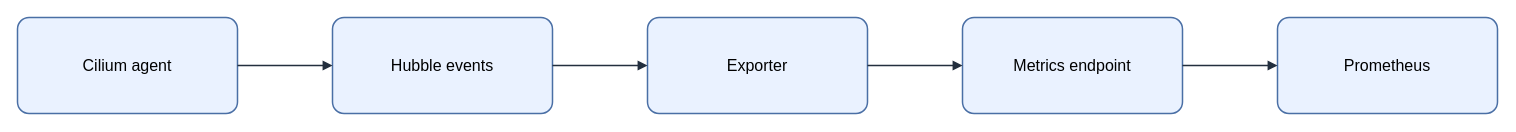
KKamJi98/kkamji98.github.io keeps this draw.io diagram as assets/img/kubernetes/hubble-exporter-flow.drawio. Above is the earlier version. Source tidied: cells renumbered, new cells numbered last; positions are measured from the earlier drawing's top-left corner, leaving out a move shared by most shapes. Both pictures are drawn from the tidied source at 100%, with x=0, y=0 at pixel (17, 17).
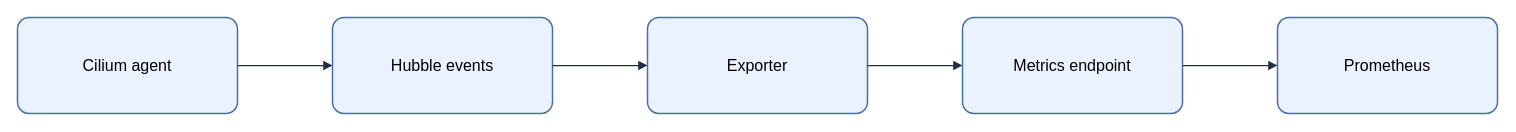
After the change.

Diff of the diagram source:
```diff
@@
 <mxGraphModel background="#FFFFFF">
   <root>
     <mxCell id="0" />
     <mxCell id="1" parent="0" />
-    <mxCell id="2" value="&lt;font style=&quot;color: rgb(0, 0, 0);&quot;&gt;Cilium agent&lt;/font&gt;" style="rounded=1;arcSize=12;whiteSpace=wrap;html=1;fillColor=#EAF2FF;strokeColor=#4A6FA5;strokeWidth=1.5;fontColor=#000000;fontSize=16;align=center;verticalAlign=middle;spacing=8;shadow=0;" parent="1" vertex="1">
+    <mxCell id="2" value="Cilium agent" style="rounded=1;arcSize=12;whiteSpace=wrap;html=0;fillColor=#EAF2FF;strokeColor=#4A6FA5;strokeWidth=1.5;fontColor=#000000;fontSize=16;align=center;verticalAlign=middle;spacing=8;shadow=0;" parent="1" vertex="1">
       <mxGeometry width="220" height="96" as="geometry" />
     </mxCell>
-    <mxCell id="3" value="&lt;font style=&quot;color: rgb(0, 0, 0);&quot;&gt;Hubble events&lt;/font&gt;" style="rounded=1;arcSize=12;whiteSpace=wrap;html=1;fillColor=#EAF2FF;strokeColor=#4A6FA5;strokeWidth=1.5;fontColor=#000000;fontSize=16;align=center;verticalAlign=middle;spacing=8;shadow=0;" parent="1" vertex="1">
+    <mxCell id="3" value="Hubble events" style="rounded=1;arcSize=12;whiteSpace=wrap;html=0;fillColor=#EAF2FF;strokeColor=#4A6FA5;strokeWidth=1.5;fontColor=#000000;fontSize=16;align=center;verticalAlign=middle;spacing=8;shadow=0;" parent="1" vertex="1">
       <mxGeometry x="315" width="220" height="96" as="geometry" />
     </mxCell>
-    <mxCell id="4" value="&lt;font style=&quot;color: rgb(0, 0, 0);&quot;&gt;Exporter&lt;/font&gt;" style="rounded=1;arcSize=12;whiteSpace=wrap;html=1;fillColor=#EAF2FF;strokeColor=#4A6FA5;strokeWidth=1.5;fontColor=#000000;fontSize=16;align=center;verticalAlign=middle;spacing=8;shadow=0;" parent="1" vertex="1">
+    <mxCell id="4" value="Exporter" style="rounded=1;arcSize=12;whiteSpace=wrap;html=0;fillColor=#EAF2FF;strokeColor=#4A6FA5;strokeWidth=1.5;fontColor=#000000;fontSize=16;align=center;verticalAlign=middle;spacing=8;shadow=0;" parent="1" vertex="1">
       <mxGeometry x="630" width="220" height="96" as="geometry" />
     </mxCell>
-    <mxCell id="5" value="&lt;font style=&quot;color: rgb(0, 0, 0);&quot;&gt;Metrics endpoint&lt;/font&gt;" style="rounded=1;arcSize=12;whiteSpace=wrap;html=1;fillColor=#EAF2FF;strokeColor=#4A6FA5;strokeWidth=1.5;fontColor=#000000;fontSize=16;align=center;verticalAlign=middle;spacing=8;shadow=0;" parent="1" vertex="1">
+    <mxCell id="5" value="Metrics endpoint" style="rounded=1;arcSize=12;whiteSpace=wrap;html=0;fillColor=#EAF2FF;strokeColor=#4A6FA5;strokeWidth=1.5;fontColor=#000000;fontSize=16;align=center;verticalAlign=middle;spacing=8;shadow=0;" parent="1" vertex="1">
       <mxGeometry x="945" width="220" height="96" as="geometry" />
     </mxCell>
-    <mxCell id="6" value="&lt;font style=&quot;color: rgb(0, 0, 0);&quot;&gt;Prometheus&lt;/font&gt;" style="rounded=1;arcSize=12;whiteSpace=wrap;html=1;fillColor=#EAF2FF;strokeColor=#4A6FA5;strokeWidth=1.5;fontColor=#000000;fontSize=16;align=center;verticalAlign=middle;spacing=8;shadow=0;" parent="1" vertex="1">
+    <mxCell id="6" value="Prometheus" style="rounded=1;arcSize=12;whiteSpace=wrap;html=0;fillColor=#EAF2FF;strokeColor=#4A6FA5;strokeWidth=1.5;fontColor=#000000;fontSize=16;align=center;verticalAlign=middle;spacing=8;shadow=0;" parent="1" vertex="1">
       <mxGeometry x="1260" width="220" height="96" as="geometry" />
     </mxCell>
-    <mxCell id="7" style="edgeStyle=orthogonalEdgeStyle;rounded=0;jettySize=auto;html=1;endArrow=block;endFill=1;strokeColor=#232F3E;strokeWidth=1.5;fontColor=#000000;labelBackgroundColor=none;exitX=1;exitY=0.5;exitDx=0;exitDy=0;entryX=0;entryY=0.5;entryDx=0;entryDy=0;" parent="1" edge="1" source="2" target="3">
+    <mxCell id="7" style="edgeStyle=orthogonalEdgeStyle;rounded=0;jettySize=auto;html=0;endArrow=block;endFill=1;strokeColor=#232F3E;strokeWidth=1.25;fontColor=#000000;labelBackgroundColor=none;exitX=1;exitY=0.5;exitDx=0;exitDy=0;entryX=0;entryY=0.5;entryDx=0;entryDy=0;" parent="1" edge="1" source="2" target="3">
       <mxGeometry relative="1" as="geometry" />
     </mxCell>
-    <mxCell id="8" style="edgeStyle=orthogonalEdgeStyle;rounded=0;jettySize=auto;html=1;endArrow=block;endFill=1;strokeColor=#232F3E;strokeWidth=1.5;fontColor=#000000;labelBackgroundColor=none;exitX=1;exitY=0.5;exitDx=0;exitDy=0;entryX=0;entryY=0.5;entryDx=0;entryDy=0;" parent="1" edge="1" source="3" target="4">
+    <mxCell id="8" style="edgeStyle=orthogonalEdgeStyle;rounded=0;jettySize=auto;html=0;endArrow=block;endFill=1;strokeColor=#232F3E;strokeWidth=1.25;fontColor=#000000;labelBackgroundColor=none;exitX=1;exitY=0.5;exitDx=0;exitDy=0;entryX=0;entryY=0.5;entryDx=0;entryDy=0;" parent="1" edge="1" source="3" target="4">
       <mxGeometry relative="1" as="geometry" />
     </mxCell>
-    <mxCell id="9" style="edgeStyle=orthogonalEdgeStyle;rounded=0;jettySize=auto;html=1;endArrow=block;endFill=1;strokeColor=#232F3E;strokeWidth=1.5;fontColor=#000000;labelBackgroundColor=none;exitX=1;exitY=0.5;exitDx=0;exitDy=0;entryX=0;entryY=0.5;entryDx=0;entryDy=0;" parent="1" edge="1" source="4" target="5">
+    <mxCell id="9" style="edgeStyle=orthogonalEdgeStyle;rounded=0;jettySize=auto;html=0;endArrow=block;endFill=1;strokeColor=#232F3E;strokeWidth=1.25;fontColor=#000000;labelBackgroundColor=none;exitX=1;exitY=0.5;exitDx=0;exitDy=0;entryX=0;entryY=0.5;entryDx=0;entryDy=0;" parent="1" edge="1" source="4" target="5">
       <mxGeometry relative="1" as="geometry" />
     </mxCell>
-    <mxCell id="10" style="edgeStyle=orthogonalEdgeStyle;rounded=0;jettySize=auto;html=1;endArrow=block;endFill=1;strokeColor=#232F3E;strokeWidth=1.5;fontColor=#000000;labelBackgroundColor=none;exitX=1;exitY=0.5;exitDx=0;exitDy=0;entryX=0;entryY=0.5;entryDx=0;entryDy=0;" parent="1" edge="1" source="5" target="6">
+    <mxCell id="10" style="edgeStyle=orthogonalEdgeStyle;rounded=0;jettySize=auto;html=0;endArrow=block;endFill=1;strokeColor=#232F3E;strokeWidth=1.25;fontColor=#000000;labelBackgroundColor=none;exitX=1;exitY=0.5;exitDx=0;exitDy=0;entryX=0;entryY=0.5;entryDx=0;entryDy=0;" parent="1" edge="1" source="5" target="6">
       <mxGeometry relative="1" as="geometry" />
     </mxCell>
   </root>
 </mxGraphModel>
```
